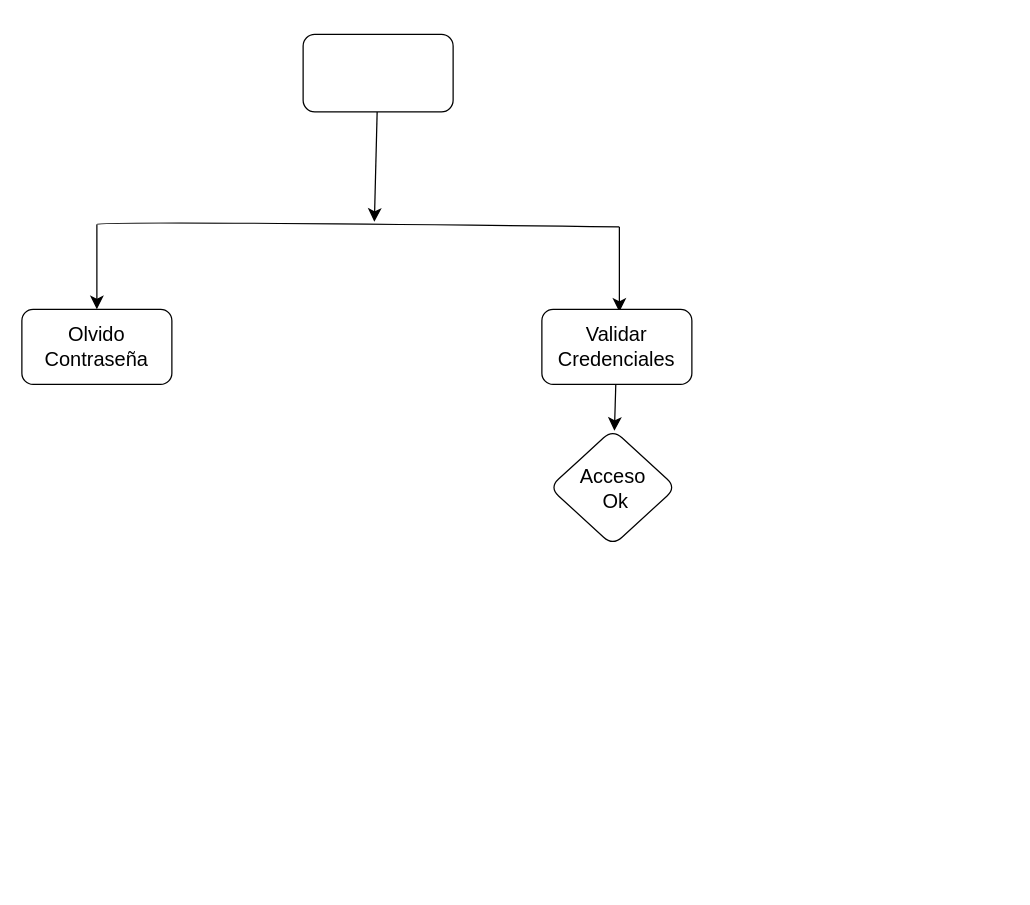
This is page "Página-1" (1 of 2) of Diagrama sin título.drawio from ecedeno06/proyecto, a draw.io file, before an edit. Source tidied: cells renumbered, new cells numbered last; positions are measured from the earlier drawing's top-left corner, leaving out a move shared by most shapes. Both pictures are drawn from the tidied source at 125%, with x=0, y=0 at pixel (21, 34).
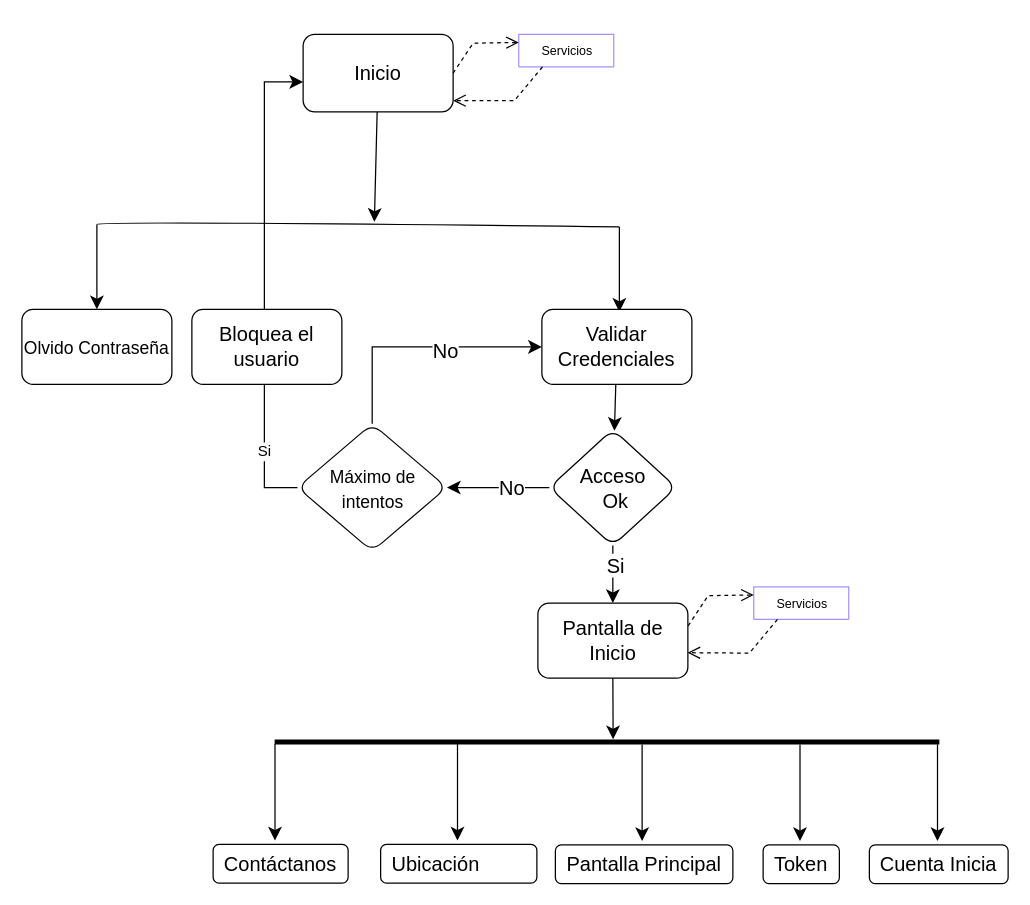
The same diagram, later.

Unchanged cells that the change refers to:
```xml
<mxCell id="9" value="Validar Credenciales" style="rounded=1;whiteSpace=wrap;html=1;fontSize=16;" parent="1" vertex="1">
  <mxGeometry x="416" y="220" width="120" height="60" as="geometry" />
</mxCell>
<mxCell id="10" value="Acceso&lt;br&gt;&amp;nbsp;Ok" style="rhombus;whiteSpace=wrap;html=1;fontSize=16;rounded=1;" parent="1" vertex="1">
  <mxGeometry x="422" y="316" width="101.5" height="93" as="geometry" />
</mxCell>
```

Change to the diagram source:
```diff
@@
-    <mxCell id="3" style="rounded=1;whiteSpace=wrap;html=1;fontSize=16;" parent="1" vertex="1">
+    <mxCell id="3" value="Inicio" style="rounded=1;whiteSpace=wrap;html=1;fontSize=16;" parent="1" vertex="1">
       <mxGeometry x="225" width="120" height="62" as="geometry" />
     </mxCell>
@@
-    <mxCell id="7" value="Olvido Contraseña" style="rounded=1;whiteSpace=wrap;html=1;fontSize=16;" parent="1" vertex="1">
+    <mxCell id="7" value="&lt;font style=&quot;font-size: 14px;&quot;&gt;Olvido Contraseña&lt;/font&gt;" style="rounded=1;whiteSpace=wrap;html=1;fontSize=16;" parent="1" vertex="1">
       <mxGeometry y="220" width="120" height="60" as="geometry" />
     </mxCell>
@@
+    <mxCell id="11" style="edgeStyle=none;curved=1;rounded=0;jettySize=auto;html=1;fontSize=12;startSize=8;endSize=8;" parent="1" edge="1" source="10" target="16">
+      <mxGeometry relative="1" as="geometry" />
+    </mxCell>
+    <mxCell id="12" value="Si" style="edgeLabel;html=1;align=center;verticalAlign=middle;fontSize=16;" parent="11" vertex="1">
+      <mxGeometry x="-0.3" y="2" relative="1" as="geometry" />
+    </mxCell>
@@
+    <mxCell id="13" style="edgeStyle=elbowEdgeStyle;elbow=horizontal;endArrow=classic;html=1;curved=0;rounded=0;endSize=8;startSize=8;fontSize=12;entryX=1;entryY=0.5;entryDx=0;entryDy=0;exitX=0;exitY=0.5;exitDx=0;exitDy=0;" parent="1" edge="1" source="10" target="20">
+      <mxGeometry relative="1" as="geometry">
+        <Array as="points">
+          <mxPoint x="342" y="341" />
+        </Array>
+      </mxGeometry>
+    </mxCell>
+    <mxCell id="14" value="No" style="edgeLabel;html=1;align=center;verticalAlign=middle;fontSize=16;" parent="13" vertex="1">
+      <mxGeometry x="-0.72" y="-1" relative="1" as="geometry">
+        <mxPoint x="-20" y="1" as="offset" />
+      </mxGeometry>
+    </mxCell>
+    <mxCell id="15" style="edgeStyle=none;curved=1;rounded=0;orthogonalLoop=1;jettySize=auto;html=1;fontSize=12;startSize=8;endSize=8;entryX=0.5;entryY=0;entryDx=0;entryDy=0;" parent="1" edge="1">
+      <mxGeometry relative="1" as="geometry">
+        <mxPoint x="202.5" y="567.6" as="sourcePoint" />
+        <mxPoint x="202.5" y="645" as="targetPoint" />
+      </mxGeometry>
+    </mxCell>
+    <mxCell id="16" value="Pantalla de Inicio" style="whiteSpace=wrap;html=1;fontSize=16;rounded=1;" parent="1" vertex="1">
+      <mxGeometry x="412.8" y="455" width="120" height="60" as="geometry" />
+    </mxCell>
+    <mxCell id="17" style="line;strokeWidth=4;html=1;perimeter=backbonePerimeter;points=[];outlineConnect=0;fontSize=16;" parent="1" vertex="1">
+      <mxGeometry x="202.2" y="561" width="531.8" height="10" as="geometry" />
+    </mxCell>
+    <mxCell id="18" style="edgeStyle=elbowEdgeStyle;elbow=horizontal;endArrow=classic;html=1;curved=0;rounded=0;endSize=8;startSize=8;fontSize=12;exitX=0.5;exitY=1;exitDx=0;exitDy=0;" parent="1" edge="1" source="16" target="17">
+      <mxGeometry relative="1" as="geometry" />
+    </mxCell>
+    <mxCell id="19" value="Contáctanos" style="whiteSpace=wrap;html=1;fontSize=16;rounded=1;" parent="1" vertex="1">
+      <mxGeometry x="153" y="648" width="108" height="31" as="geometry" />
+    </mxCell>
+    <mxCell id="20" value="&lt;font style=&quot;font-size: 14px;&quot;&gt;Máximo de intentos&lt;/font&gt;" style="rhombus;whiteSpace=wrap;html=1;fontSize=16;rounded=1;" parent="1" vertex="1">
+      <mxGeometry x="220.5" y="311.5" width="119.5" height="102" as="geometry" />
+    </mxCell>
+    <mxCell id="21" style="edgeStyle=elbowEdgeStyle;elbow=vertical;endArrow=classic;html=1;curved=0;rounded=0;endSize=8;startSize=8;fontSize=12;exitX=0.5;exitY=0;exitDx=0;exitDy=0;entryX=0;entryY=0.5;entryDx=0;entryDy=0;" parent="1" edge="1" source="20" target="9">
+      <mxGeometry relative="1" as="geometry">
+        <Array as="points">
+          <mxPoint x="347" y="250" />
+        </Array>
+      </mxGeometry>
+    </mxCell>
+    <mxCell id="22" value="No" style="edgeLabel;html=1;align=center;verticalAlign=middle;fontSize=16;" parent="21" vertex="1">
+      <mxGeometry x="0.22" y="-2" relative="1" as="geometry" />
+    </mxCell>
+    <mxCell id="23" value="Si" style="edgeStyle=elbowEdgeStyle;elbow=horizontal;endArrow=classic;html=1;curved=0;rounded=0;endSize=8;startSize=8;fontSize=12;exitX=0;exitY=0.5;exitDx=0;exitDy=0;entryX=0;entryY=0.613;entryDx=0;entryDy=0;entryPerimeter=0;" parent="1" edge="1" source="20" target="3">
+      <mxGeometry x="-0.71" relative="1" as="geometry">
+        <Array as="points">
+          <mxPoint x="194" y="338" />
+        </Array>
+      </mxGeometry>
+    </mxCell>
+    <mxCell id="24" style="edgeStyle=none;curved=1;rounded=0;orthogonalLoop=1;jettySize=auto;html=1;fontSize=12;startSize=8;endSize=8;entryX=0.5;entryY=0;entryDx=0;entryDy=0;" parent="1" edge="1">
+      <mxGeometry relative="1" as="geometry">
+        <mxPoint x="348.5" y="567.6" as="sourcePoint" />
+        <mxPoint x="348.5" y="645" as="targetPoint" />
+      </mxGeometry>
+    </mxCell>
+    <mxCell id="25" value="Ubicación&lt;span style=&quot;white-space: pre;&quot;&gt;&#9;&lt;/span&gt;" style="whiteSpace=wrap;html=1;fontSize=16;rounded=1;" parent="1" vertex="1">
+      <mxGeometry x="287" y="648" width="125" height="31" as="geometry" />
+    </mxCell>
+    <mxCell id="26" style="edgeStyle=none;curved=1;rounded=0;orthogonalLoop=1;jettySize=auto;html=1;fontSize=12;startSize=8;endSize=8;entryX=0.5;entryY=0;entryDx=0;entryDy=0;" parent="1" edge="1">
+      <mxGeometry relative="1" as="geometry">
+        <mxPoint x="496.2" y="568" as="sourcePoint" />
+        <mxPoint x="496.2" y="645.4" as="targetPoint" />
+      </mxGeometry>
+    </mxCell>
+    <mxCell id="27" value="Pantalla Principal" style="whiteSpace=wrap;html=1;fontSize=16;rounded=1;" parent="1" vertex="1">
+      <mxGeometry x="426.8" y="648.4" width="142" height="31" as="geometry" />
+    </mxCell>
+    <mxCell id="28" style="edgeStyle=none;curved=1;rounded=0;orthogonalLoop=1;jettySize=auto;html=1;fontSize=12;startSize=8;endSize=8;entryX=0.5;entryY=0;entryDx=0;entryDy=0;" parent="1" edge="1">
+      <mxGeometry relative="1" as="geometry">
+        <mxPoint x="622.5" y="568" as="sourcePoint" />
+        <mxPoint x="622.5" y="645.4" as="targetPoint" />
+      </mxGeometry>
+    </mxCell>
+    <mxCell id="29" value="Token" style="whiteSpace=wrap;html=1;fontSize=16;rounded=1;" parent="1" vertex="1">
+      <mxGeometry x="593" y="648.4" width="61" height="31" as="geometry" />
+    </mxCell>
+    <mxCell id="30" style="edgeStyle=none;curved=1;rounded=0;orthogonalLoop=1;jettySize=auto;html=1;fontSize=12;startSize=8;endSize=8;entryX=0.5;entryY=0;entryDx=0;entryDy=0;" parent="1" edge="1">
+      <mxGeometry relative="1" as="geometry">
+        <mxPoint x="732.5" y="568" as="sourcePoint" />
+        <mxPoint x="732.5" y="645.4" as="targetPoint" />
+      </mxGeometry>
+    </mxCell>
+    <mxCell id="31" value="Cuenta Inicia" style="whiteSpace=wrap;html=1;fontSize=16;rounded=1;" parent="1" vertex="1">
+      <mxGeometry x="678" y="648.4" width="111" height="31" as="geometry" />
+    </mxCell>
+    <mxCell id="32" value="Servicios" style="swimlane;fontStyle=0;horizontal=1;startSize=26;fillColor=none;html=1;fontSize=10;strokeColor=#A294FF;" parent="1" vertex="1" collapsed="1">
+      <mxGeometry x="585.5" y="442" width="76" height="26" as="geometry" />
+    </mxCell>
+    <mxCell id="33" value="&lt;br&gt;" style="html=1;verticalAlign=bottom;endArrow=open;dashed=1;endSize=8;curved=0;rounded=0;fontSize=12;exitX=1.002;exitY=0.303;exitDx=0;exitDy=0;exitPerimeter=0;entryX=0;entryY=0.25;entryDx=0;entryDy=0;" parent="1" edge="1" source="16" target="32">
+      <mxGeometry relative="1" as="geometry">
+        <Array as="points">
+          <mxPoint x="549" y="449" />
+        </Array>
+      </mxGeometry>
+    </mxCell>
+    <mxCell id="34" style="html=1;verticalAlign=bottom;endArrow=open;dashed=1;endSize=8;curved=0;rounded=0;fontSize=12;exitX=0.25;exitY=1;exitDx=0;exitDy=0;entryX=0.998;entryY=0.661;entryDx=0;entryDy=0;entryPerimeter=0;" parent="1" edge="1" source="32" target="16">
+      <mxGeometry relative="1" as="geometry">
+        <Array as="points">
+          <mxPoint x="582" y="495" />
+        </Array>
+      </mxGeometry>
+    </mxCell>
+    <mxCell id="35" value="Servicios" style="swimlane;fontStyle=0;horizontal=1;startSize=26;fillColor=none;html=1;fontSize=10;strokeColor=#A294FF;" parent="1" vertex="1" collapsed="1">
+      <mxGeometry x="397.5" width="76" height="26" as="geometry" />
+    </mxCell>
+    <mxCell id="36" value="&lt;br&gt;" style="html=1;verticalAlign=bottom;endArrow=open;dashed=1;endSize=8;curved=0;rounded=0;fontSize=12;exitX=1.002;exitY=0.303;exitDx=0;exitDy=0;exitPerimeter=0;entryX=0;entryY=0.25;entryDx=0;entryDy=0;" parent="1" edge="1" target="35">
+      <mxGeometry relative="1" as="geometry">
+        <mxPoint x="345" y="31" as="sourcePoint" />
+        <Array as="points">
+          <mxPoint x="361" y="7" />
+        </Array>
+      </mxGeometry>
+    </mxCell>
+    <mxCell id="37" style="html=1;verticalAlign=bottom;endArrow=open;dashed=1;endSize=8;curved=0;rounded=0;fontSize=12;exitX=0.25;exitY=1;exitDx=0;exitDy=0;entryX=0.998;entryY=0.661;entryDx=0;entryDy=0;entryPerimeter=0;" parent="1" edge="1" source="35">
+      <mxGeometry relative="1" as="geometry">
+        <mxPoint x="345" y="53" as="targetPoint" />
+        <Array as="points">
+          <mxPoint x="394" y="53" />
+        </Array>
+      </mxGeometry>
+    </mxCell>
+    <mxCell id="38" value="Bloquea el usuario" style="whiteSpace=wrap;html=1;fontSize=16;rounded=1;" parent="1" vertex="1">
+      <mxGeometry x="136" y="220" width="120" height="60" as="geometry" />
+    </mxCell>
```
